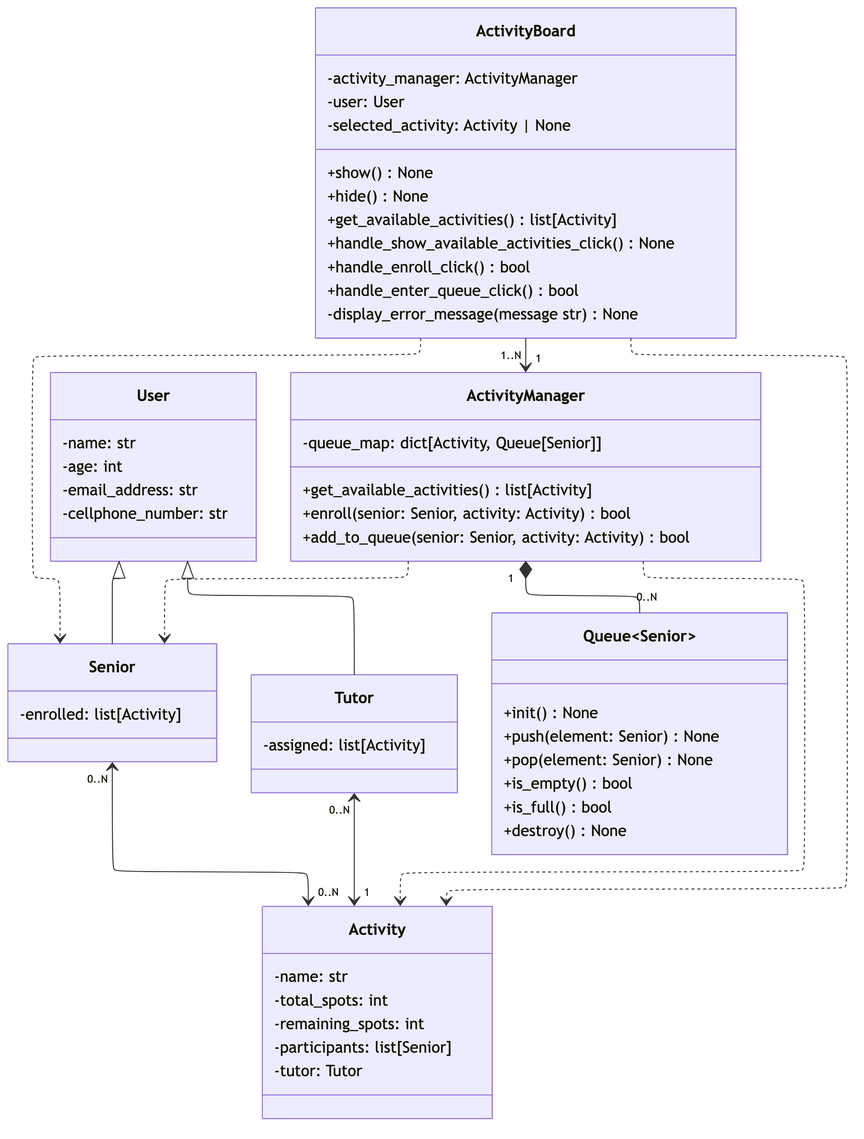
mldcastro/eng-soft keeps this Mermaid diagram as diagrams/images/class_diagram_sprint_2.png. Above is the earlier version. Its source is kept beside it as diagrams/class_diagram_sprint_2.mmd.
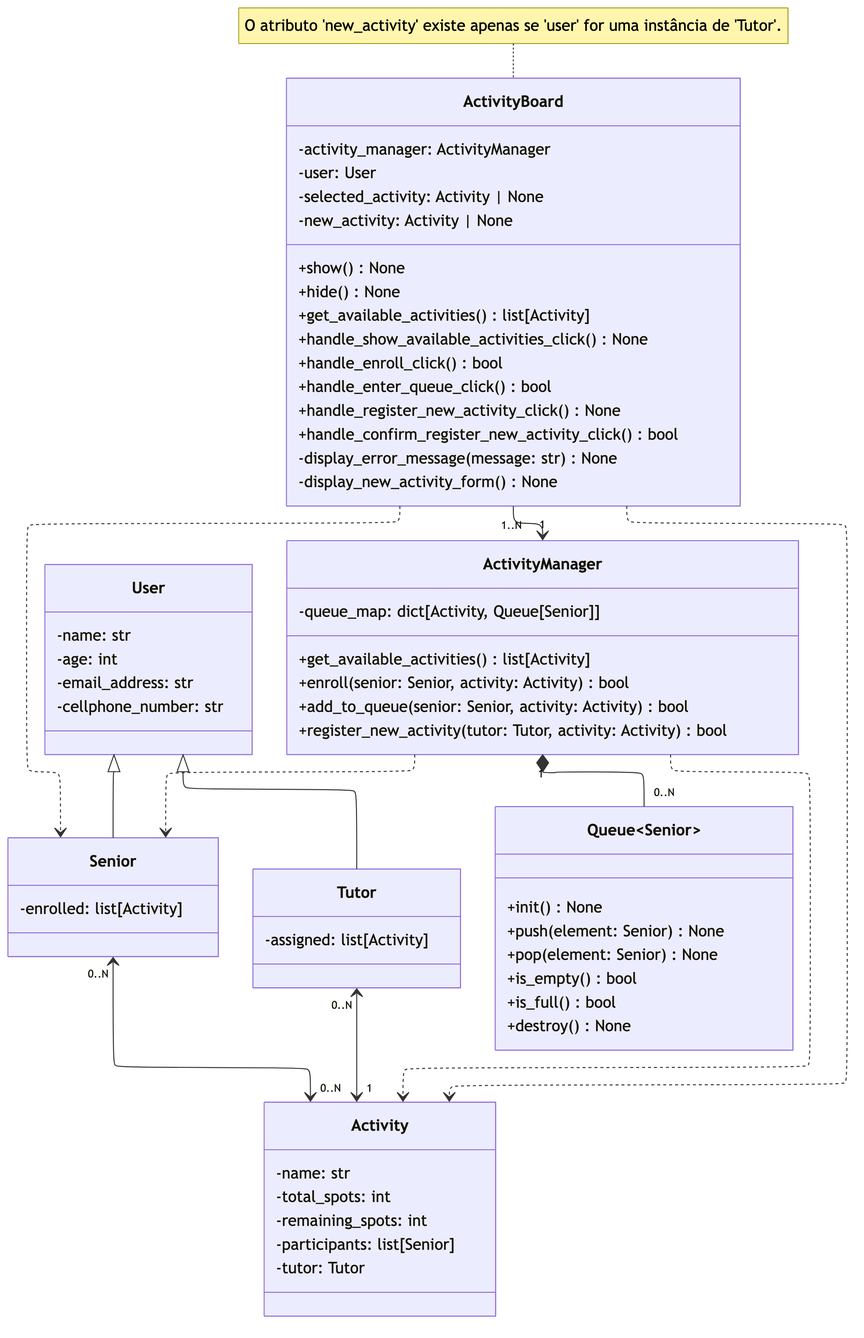
The same file after the commit.

Commit message:
[Sprint 2] Diagrama de classes engloba caso de uso UC11

Change to the diagram source:
```diff
@@ -61,10 +61,12 @@
       -tutor: Tutor
     }
 
+    note for ActivityBoard "O atributo 'new_activity' existe apenas se 'user' for uma instância de 'Tutor'."
     class ActivityBoard {
       -activity_manager: ActivityManager
       -user: User
       -selected_activity: Activity | None
+      -new_activity: Activity | None
 
       +show() None
       +hide() None
@@ -72,8 +74,11 @@
       +handle_show_available_activities_click() None
       +handle_enroll_click() bool
       +handle_enter_queue_click() bool
+      +handle_register_new_activity_click() None
+      +handle_confirm_register_new_activity_click() bool
 
-      -display_error_message(message str) None
+      -display_error_message(message: str) None
+      -display_new_activity_form() None
     }
 
     class ActivityManager {
@@ -82,6 +87,7 @@
       +get_available_activities() list[Activity]
       +enroll(senior: Senior, activity: Activity) bool
       +add_to_queue(senior: Senior, activity: Activity) bool
+      +register_new_activity(tutor: Tutor, activity: Activity) bool
     }
 
     class Queue~Senior~ {
```
